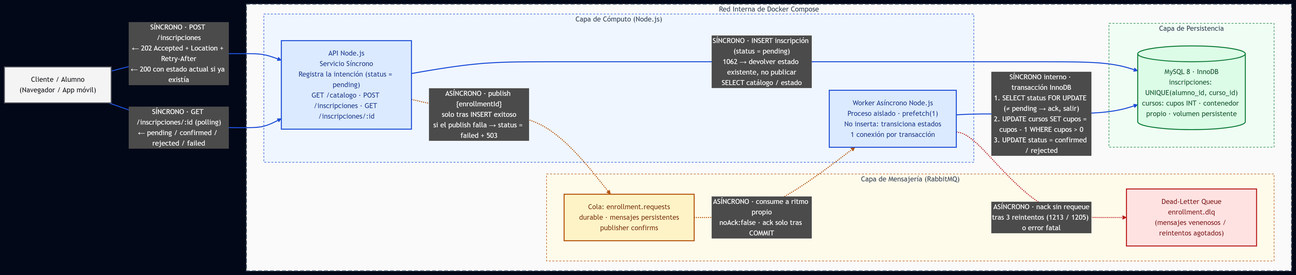
This is docs/entrega-1/arquitectura.png from JoniMora/final-pdc, a Mermaid export, as it was before one commit. Its source is kept beside it as docs/entrega-1/arquitectura.mmd.
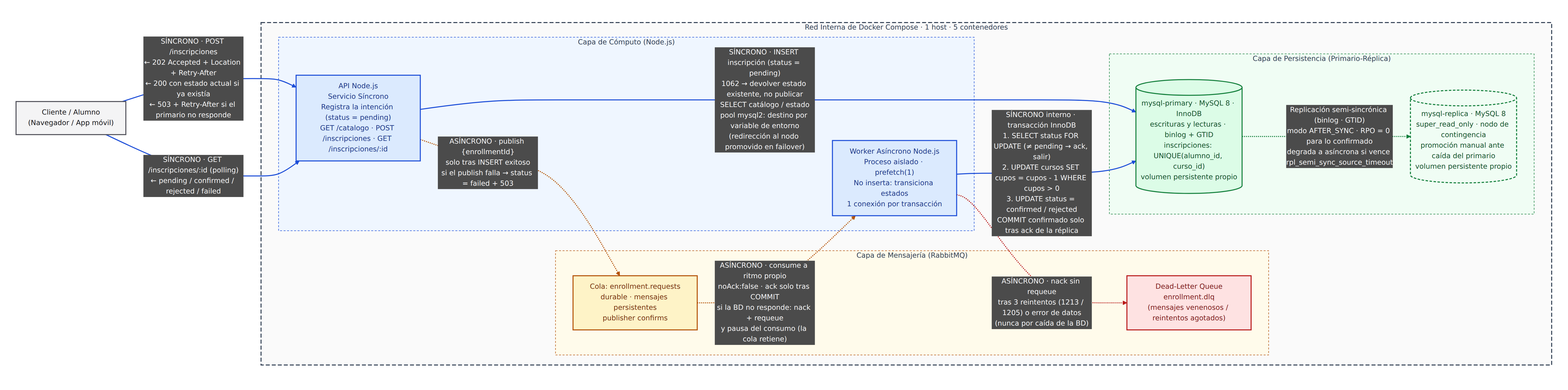
Later version of the same file.

Commit message:
docs(arquitectura): migrar persistencia a primary-replica en entregas 0 y 1

What changed in the source:
```diff
@@ -3,7 +3,7 @@
 
     Cliente["Cliente / Alumno<br/>(Navegador / App móvil)"]
 
-    subgraph Docker["Red Interna de Docker Compose"]
+    subgraph Docker["Red Interna de Docker Compose · 1 host · 5 contenedores"]
 
         subgraph Compute["Capa de Cómputo (Node.js)"]
             API["API Node.js<br/>Servicio Síncrono<br/>Registra la intención (status = pending)<br/>GET /catalogo · POST /inscripciones · GET /inscripciones/:id"]
@@ -15,31 +15,35 @@
             DLQ["Dead-Letter Queue<br/>enrollment.dlq<br/>(mensajes venenosos / reintentos agotados)"]
         end
 
-        subgraph Persist["Capa de Persistencia"]
-            DB[("MySQL 8 · InnoDB<br/>inscripciones: UNIQUE(alumno_id, curso_id)<br/>cursos: cupos INT · contenedor propio · volumen persistente")]
+        subgraph Persist["Capa de Persistencia (Primario-Réplica)"]
+            DBP[("mysql-primary · MySQL 8 · InnoDB<br/>escrituras y lecturas · binlog + GTID<br/>inscripciones: UNIQUE(alumno_id, curso_id)<br/>volumen persistente propio")]
+            DBR[("mysql-replica · MySQL 8<br/>super_read_only · nodo de contingencia<br/>promoción manual ante caída del primario<br/>volumen persistente propio")]
         end
 
     end
 
-    Cliente -->|"SÍNCRONO · POST /inscripciones<br/>← 202 Accepted + Location + Retry-After<br/>← 200 con estado actual si ya existía"| API
+    Cliente -->|"SÍNCRONO · POST /inscripciones<br/>← 202 Accepted + Location + Retry-After<br/>← 200 con estado actual si ya existía<br/>← 503 + Retry-After si el primario no responde"| API
     Cliente -->|"SÍNCRONO · GET /inscripciones/:id (polling)<br/>← pending / confirmed / rejected / failed"| API
-    API -->|"SÍNCRONO · INSERT inscripción (status = pending)<br/>1062 → devolver estado existente, no publicar<br/>SELECT catálogo / estado"| DB
+    API -->|"SÍNCRONO · INSERT inscripción (status = pending)<br/>1062 → devolver estado existente, no publicar<br/>SELECT catálogo / estado<br/>pool mysql2: destino por variable de entorno<br/>(redirección al nodo promovido en failover)"| DBP
     API -.->|"ASÍNCRONO · publish {enrollmentId}<br/>solo tras INSERT exitoso<br/>si el publish falla → status = failed + 503"| MQ
-    MQ -.->|"ASÍNCRONO · consume a ritmo propio<br/>noAck:false · ack solo tras COMMIT"| Worker
-    Worker -->|"SÍNCRONO interno · transacción InnoDB<br/>1. SELECT status FOR UPDATE (≠ pending → ack, salir)<br/>2. UPDATE cursos SET cupos = cupos - 1 WHERE cupos > 0<br/>3. UPDATE status = confirmed / rejected"| DB
-    Worker -.->|"ASÍNCRONO · nack sin requeue<br/>tras 3 reintentos (1213 / 1205) o error fatal"| DLQ
+    MQ -.->|"ASÍNCRONO · consume a ritmo propio<br/>noAck:false · ack solo tras COMMIT<br/>si la BD no responde: nack + requeue<br/>y pausa del consumo (la cola retiene)"| Worker
+    Worker -->|"SÍNCRONO interno · transacción InnoDB<br/>1. SELECT status FOR UPDATE (≠ pending → ack, salir)<br/>2. UPDATE cursos SET cupos = cupos - 1 WHERE cupos > 0<br/>3. UPDATE status = confirmed / rejected<br/>COMMIT confirmado solo tras ack de la réplica"| DBP
+    Worker -.->|"ASÍNCRONO · nack sin requeue<br/>tras 3 reintentos (1213 / 1205) o error de datos<br/>(nunca por caída de la BD)"| DLQ
+    DBP -.->|"Replicación semi-sincrónica (binlog · GTID)<br/>modo AFTER_SYNC · RPO = 0 para lo confirmado<br/>degrada a asíncrona si vence rpl_semi_sync_source_timeout"| DBR
 
     classDef actor   fill:#F4F4F5,stroke:#52525B,stroke-width:2px,color:#18181B
     classDef compute fill:#DBEAFE,stroke:#1D4ED8,stroke-width:2px,color:#1E3A8A
     classDef queue   fill:#FEF3C7,stroke:#B45309,stroke-width:2px,color:#78350F
     classDef dlq     fill:#FEE2E2,stroke:#B91C1C,stroke-width:2px,color:#7F1D1D
-    classDef persist fill:#DCFCE7,stroke:#15803D,stroke-width:2px,color:#14532D
+    classDef primary fill:#DCFCE7,stroke:#15803D,stroke-width:2px,color:#14532D
+    classDef replica fill:#F0FDF4,stroke:#15803D,stroke-width:2px,stroke-dasharray: 5 3,color:#14532D
 
     class Cliente actor
     class API,Worker compute
     class MQ queue
     class DLQ dlq
-    class DB persist
+    class DBP primary
+    class DBR replica
 
     style Docker  fill:#FAFAFA,stroke:#334155,stroke-width:2px,stroke-dasharray: 8 4
     style Compute fill:#EFF6FF,stroke:#1D4ED8,stroke-width:1px,stroke-dasharray: 4 3
@@ -49,3 +53,4 @@
     linkStyle 0,1,2,5 stroke:#1D4ED8,stroke-width:2px
     linkStyle 3,4     stroke:#B45309,stroke-width:2px
     linkStyle 6       stroke:#B91C1C,stroke-width:2px
+    linkStyle 7       stroke:#15803D,stroke-width:2px
```
